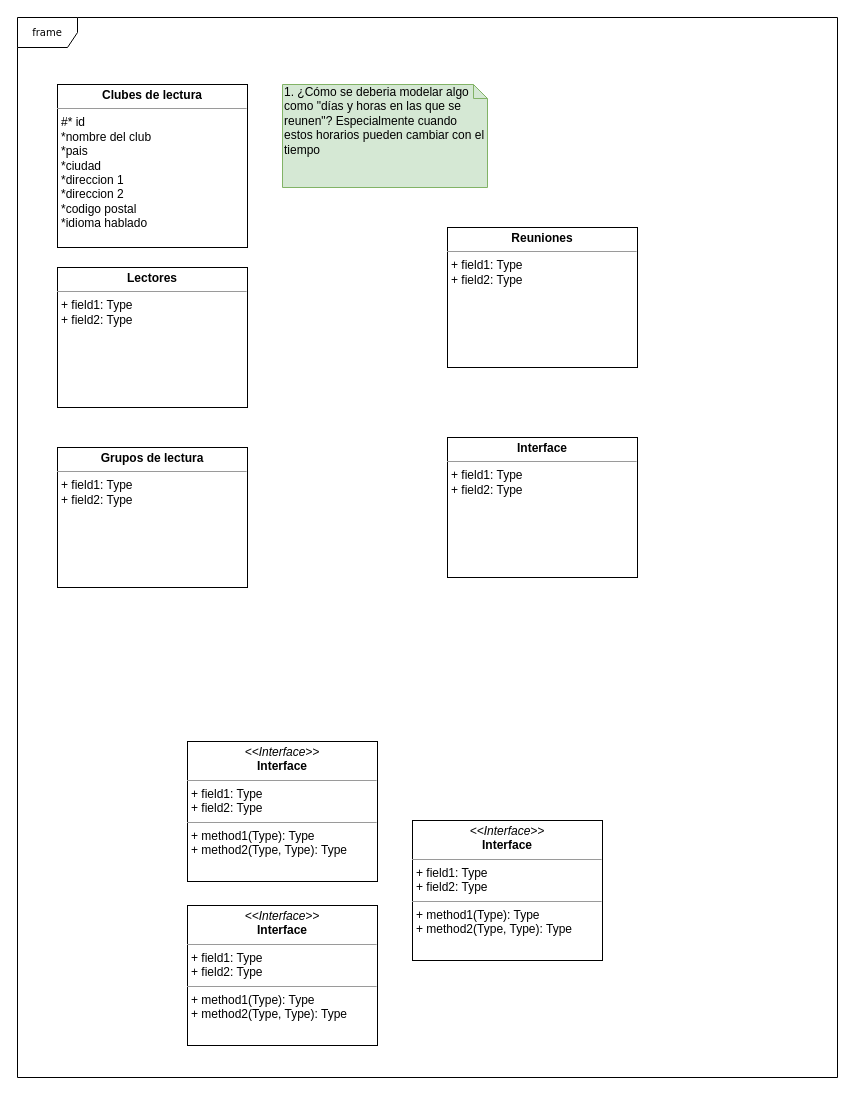
Earlier version of the draw.io diagram DB I/RC (Pseudo) Data structure.drawio (NeutronBlast/IS-Ex). Source tidied: cells renumbered, new cells numbered last; positions are measured from the earlier drawing's top-left corner, leaving out a move shared by most shapes. Both pictures are drawn from the tidied source at 100%, with x=0, y=0 at pixel (17, 17).
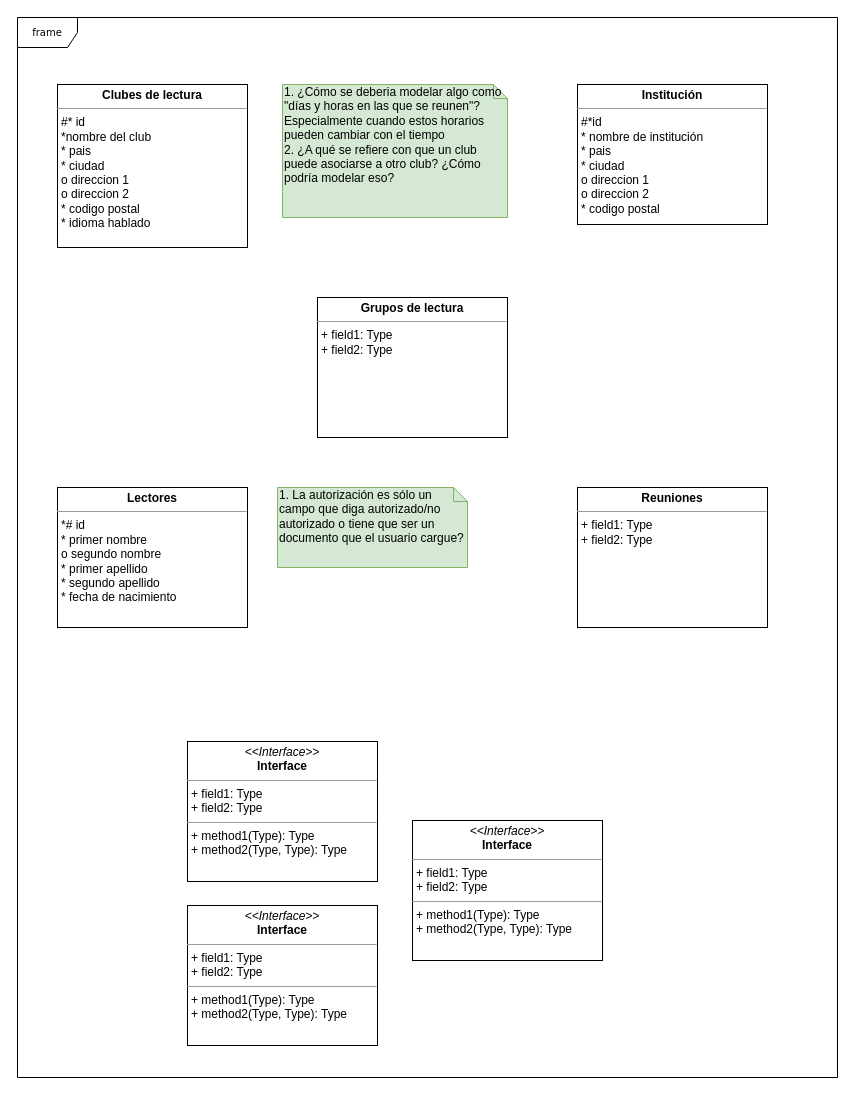
Above is the later version.

Change to the diagram source:
```diff
@@
 <mxGraphModel background="#ffffff">
   <root>
     <mxCell id="0" />
     <mxCell id="1" parent="0" />
     <mxCell id="2" value="frame" style="shape=umlFrame;whiteSpace=wrap;html=1;rounded=0;shadow=0;comic=0;labelBackgroundColor=none;strokeColor=#000000;strokeWidth=1;fillColor=#ffffff;fontFamily=Verdana;fontSize=10;fontColor=#000000;align=center;" parent="1" vertex="1">
       <mxGeometry width="820" height="1060" as="geometry" />
     </mxCell>
     <mxCell id="3" value="&lt;p style=&quot;margin:0px;margin-top:4px;text-align:center;&quot;&gt;&lt;i&gt;&amp;lt;&amp;lt;Interface&amp;gt;&amp;gt;&lt;/i&gt;&lt;br/&gt;&lt;b&gt;Interface&lt;/b&gt;&lt;/p&gt;&lt;hr size=&quot;1&quot;/&gt;&lt;p style=&quot;margin:0px;margin-left:4px;&quot;&gt;+ field1: Type&lt;br/&gt;+ field2: Type&lt;/p&gt;&lt;hr size=&quot;1&quot;/&gt;&lt;p style=&quot;margin:0px;margin-left:4px;&quot;&gt;+ method1(Type): Type&lt;br/&gt;+ method2(Type, Type): Type&lt;/p&gt;" style="verticalAlign=top;align=left;overflow=fill;fontSize=12;fontFamily=Helvetica;html=1;rounded=0;shadow=0;comic=0;labelBackgroundColor=none;strokeColor=#000000;strokeWidth=1;fillColor=#ffffff;" parent="1" vertex="1">
       <mxGeometry x="395" y="803" width="190" height="140" as="geometry" />
     </mxCell>
-    <mxCell id="4" value="&lt;p style=&quot;margin: 0px ; margin-top: 4px ; text-align: center&quot;&gt;&lt;b&gt;Interface&lt;/b&gt;&lt;/p&gt;&lt;hr size=&quot;1&quot;&gt;&lt;p style=&quot;margin: 0px ; margin-left: 4px&quot;&gt;+ field1: Type&lt;br&gt;+ field2: Type&lt;/p&gt;&lt;p style=&quot;margin: 0px ; margin-left: 4px&quot;&gt;&lt;br&gt;&lt;/p&gt;" style="verticalAlign=top;align=left;overflow=fill;fontSize=12;fontFamily=Helvetica;html=1;rounded=0;shadow=0;comic=0;labelBackgroundColor=none;strokeColor=#000000;strokeWidth=1;fillColor=#ffffff;" parent="1" vertex="1">
-      <mxGeometry x="430" y="420" width="190" height="140" as="geometry" />
+    <mxCell id="4" value="&lt;p style=&quot;margin: 0px ; margin-top: 4px ; text-align: center&quot;&gt;&lt;b&gt;Institución&lt;/b&gt;&lt;/p&gt;&lt;hr size=&quot;1&quot;&gt;&lt;p style=&quot;margin: 0px ; margin-left: 4px&quot;&gt;#*id&amp;nbsp;&lt;/p&gt;&lt;p style=&quot;margin: 0px ; margin-left: 4px&quot;&gt;* nombre de institución&lt;/p&gt;&lt;p style=&quot;margin: 0px 0px 0px 4px&quot;&gt;* pais&lt;/p&gt;&lt;p style=&quot;margin: 0px 0px 0px 4px&quot;&gt;* ciudad&lt;/p&gt;&lt;p style=&quot;margin: 0px 0px 0px 4px&quot;&gt;o direccion 1&lt;/p&gt;&lt;p style=&quot;margin: 0px 0px 0px 4px&quot;&gt;o direccion 2&lt;/p&gt;&lt;p style=&quot;margin: 0px 0px 0px 4px&quot;&gt;* codigo postal&lt;/p&gt;" style="verticalAlign=top;align=left;overflow=fill;fontSize=12;fontFamily=Helvetica;html=1;rounded=0;shadow=0;comic=0;labelBackgroundColor=none;strokeColor=#000000;strokeWidth=1;fillColor=#ffffff;" parent="1" vertex="1">
+      <mxGeometry x="560" y="67" width="190" height="140" as="geometry" />
     </mxCell>
     <mxCell id="5" value="&lt;p style=&quot;margin:0px;margin-top:4px;text-align:center;&quot;&gt;&lt;i&gt;&amp;lt;&amp;lt;Interface&amp;gt;&amp;gt;&lt;/i&gt;&lt;br/&gt;&lt;b&gt;Interface&lt;/b&gt;&lt;/p&gt;&lt;hr size=&quot;1&quot;/&gt;&lt;p style=&quot;margin:0px;margin-left:4px;&quot;&gt;+ field1: Type&lt;br/&gt;+ field2: Type&lt;/p&gt;&lt;hr size=&quot;1&quot;/&gt;&lt;p style=&quot;margin:0px;margin-left:4px;&quot;&gt;+ method1(Type): Type&lt;br/&gt;+ method2(Type, Type): Type&lt;/p&gt;" style="verticalAlign=top;align=left;overflow=fill;fontSize=12;fontFamily=Helvetica;html=1;rounded=0;shadow=0;comic=0;labelBackgroundColor=none;strokeColor=#000000;strokeWidth=1;fillColor=#ffffff;" parent="1" vertex="1">
       <mxGeometry x="170" y="888" width="190" height="140" as="geometry" />
     </mxCell>
     <mxCell id="6" value="&lt;p style=&quot;margin:0px;margin-top:4px;text-align:center;&quot;&gt;&lt;i&gt;&amp;lt;&amp;lt;Interface&amp;gt;&amp;gt;&lt;/i&gt;&lt;br/&gt;&lt;b&gt;Interface&lt;/b&gt;&lt;/p&gt;&lt;hr size=&quot;1&quot;/&gt;&lt;p style=&quot;margin:0px;margin-left:4px;&quot;&gt;+ field1: Type&lt;br/&gt;+ field2: Type&lt;/p&gt;&lt;hr size=&quot;1&quot;/&gt;&lt;p style=&quot;margin:0px;margin-left:4px;&quot;&gt;+ method1(Type): Type&lt;br/&gt;+ method2(Type, Type): Type&lt;/p&gt;" style="verticalAlign=top;align=left;overflow=fill;fontSize=12;fontFamily=Helvetica;html=1;rounded=0;shadow=0;comic=0;labelBackgroundColor=none;strokeColor=#000000;strokeWidth=1;fillColor=#ffffff;" parent="1" vertex="1">
       <mxGeometry x="170" y="724" width="190" height="140" as="geometry" />
     </mxCell>
     <mxCell id="7" value="&lt;p style=&quot;margin: 0px ; margin-top: 4px ; text-align: center&quot;&gt;&lt;b&gt;Reuniones&lt;/b&gt;&lt;/p&gt;&lt;hr size=&quot;1&quot;&gt;&lt;p style=&quot;margin: 0px ; margin-left: 4px&quot;&gt;+ field1: Type&lt;br&gt;+ field2: Type&lt;/p&gt;&lt;p style=&quot;margin: 0px ; margin-left: 4px&quot;&gt;&lt;br&gt;&lt;/p&gt;" style="verticalAlign=top;align=left;overflow=fill;fontSize=12;fontFamily=Helvetica;html=1;rounded=0;shadow=0;comic=0;labelBackgroundColor=none;strokeColor=#000000;strokeWidth=1;fillColor=#ffffff;" parent="1" vertex="1">
-      <mxGeometry x="430" y="210" width="190" height="140" as="geometry" />
+      <mxGeometry x="560" y="470" width="190" height="140" as="geometry" />
     </mxCell>
-    <mxCell id="8" value="&lt;p style=&quot;margin: 0px ; margin-top: 4px ; text-align: center&quot;&gt;&lt;b&gt;Clubes de lectura&lt;/b&gt;&lt;/p&gt;&lt;hr size=&quot;1&quot;&gt;&lt;p style=&quot;margin: 0px ; margin-left: 4px&quot;&gt;#* id&lt;/p&gt;&lt;p style=&quot;margin: 0px ; margin-left: 4px&quot;&gt;*nombre del club&lt;/p&gt;&lt;p style=&quot;margin: 0px ; margin-left: 4px&quot;&gt;*pais&lt;/p&gt;&lt;p style=&quot;margin: 0px ; margin-left: 4px&quot;&gt;*ciudad&lt;/p&gt;&lt;p style=&quot;margin: 0px ; margin-left: 4px&quot;&gt;*direccion 1&lt;/p&gt;&lt;p style=&quot;margin: 0px ; margin-left: 4px&quot;&gt;*direccion 2&lt;/p&gt;&lt;p style=&quot;margin: 0px ; margin-left: 4px&quot;&gt;*codigo postal&lt;/p&gt;&lt;p style=&quot;margin: 0px ; margin-left: 4px&quot;&gt;*idioma hablado&lt;/p&gt;&lt;p style=&quot;margin: 0px ; margin-left: 4px&quot;&gt;&lt;br&gt;&lt;/p&gt;" style="verticalAlign=top;align=left;overflow=fill;fontSize=12;fontFamily=Helvetica;html=1;rounded=0;shadow=0;comic=0;labelBackgroundColor=none;strokeColor=#000000;strokeWidth=1;fillColor=#ffffff;" parent="1" vertex="1">
+    <mxCell id="8" value="&lt;p style=&quot;margin: 0px ; margin-top: 4px ; text-align: center&quot;&gt;&lt;b&gt;Clubes de lectura&lt;/b&gt;&lt;/p&gt;&lt;hr size=&quot;1&quot;&gt;&lt;p style=&quot;margin: 0px ; margin-left: 4px&quot;&gt;#* id&lt;/p&gt;&lt;p style=&quot;margin: 0px ; margin-left: 4px&quot;&gt;*nombre del club&lt;/p&gt;&lt;p style=&quot;margin: 0px ; margin-left: 4px&quot;&gt;* pais&lt;/p&gt;&lt;p style=&quot;margin: 0px ; margin-left: 4px&quot;&gt;* ciudad&lt;/p&gt;&lt;p style=&quot;margin: 0px ; margin-left: 4px&quot;&gt;o direccion 1&lt;/p&gt;&lt;p style=&quot;margin: 0px ; margin-left: 4px&quot;&gt;o direccion 2&lt;/p&gt;&lt;p style=&quot;margin: 0px ; margin-left: 4px&quot;&gt;* codigo postal&lt;/p&gt;&lt;p style=&quot;margin: 0px ; margin-left: 4px&quot;&gt;* idioma hablado&lt;/p&gt;&lt;p style=&quot;margin: 0px ; margin-left: 4px&quot;&gt;&lt;br&gt;&lt;/p&gt;" style="verticalAlign=top;align=left;overflow=fill;fontSize=12;fontFamily=Helvetica;html=1;rounded=0;shadow=0;comic=0;labelBackgroundColor=none;strokeColor=#000000;strokeWidth=1;fillColor=#ffffff;" parent="1" vertex="1">
       <mxGeometry x="40" y="67" width="190" height="163" as="geometry" />
     </mxCell>
-    <mxCell id="9" value="&lt;p style=&quot;margin: 0px ; margin-top: 4px ; text-align: center&quot;&gt;&lt;b&gt;Lectores&lt;/b&gt;&lt;/p&gt;&lt;hr size=&quot;1&quot;&gt;&lt;p style=&quot;margin: 0px ; margin-left: 4px&quot;&gt;+ field1: Type&lt;br&gt;+ field2: Type&lt;/p&gt;&lt;p style=&quot;margin: 0px ; margin-left: 4px&quot;&gt;&lt;br&gt;&lt;/p&gt;" style="verticalAlign=top;align=left;overflow=fill;fontSize=12;fontFamily=Helvetica;html=1;rounded=0;shadow=0;comic=0;labelBackgroundColor=none;strokeColor=#000000;strokeWidth=1;fillColor=#ffffff;" parent="1" vertex="1">
-      <mxGeometry x="40" y="250" width="190" height="140" as="geometry" />
+    <mxCell id="9" value="&lt;p style=&quot;margin: 0px ; margin-top: 4px ; text-align: center&quot;&gt;&lt;b&gt;Lectores&lt;/b&gt;&lt;/p&gt;&lt;hr size=&quot;1&quot;&gt;&lt;p style=&quot;margin: 0px ; margin-left: 4px&quot;&gt;*# id&lt;/p&gt;&lt;p style=&quot;margin: 0px ; margin-left: 4px&quot;&gt;* primer nombre&lt;/p&gt;&lt;p style=&quot;margin: 0px ; margin-left: 4px&quot;&gt;o segundo nombre&lt;/p&gt;&lt;p style=&quot;margin: 0px ; margin-left: 4px&quot;&gt;* primer apellido&lt;/p&gt;&lt;p style=&quot;margin: 0px ; margin-left: 4px&quot;&gt;* segundo apellido&lt;/p&gt;&lt;p style=&quot;margin: 0px ; margin-left: 4px&quot;&gt;* fecha de nacimiento&lt;/p&gt;&lt;p style=&quot;margin: 0px ; margin-left: 4px&quot;&gt;&lt;br&gt;&lt;/p&gt;" style="verticalAlign=top;align=left;overflow=fill;fontSize=12;fontFamily=Helvetica;html=1;rounded=0;shadow=0;comic=0;labelBackgroundColor=none;strokeColor=#000000;strokeWidth=1;fillColor=#ffffff;" parent="1" vertex="1">
+      <mxGeometry x="40" y="470" width="190" height="140" as="geometry" />
     </mxCell>
     <mxCell id="10" value="&lt;p style=&quot;margin: 0px ; margin-top: 4px ; text-align: center&quot;&gt;&lt;b&gt;Grupos de lectura&lt;/b&gt;&lt;/p&gt;&lt;hr size=&quot;1&quot;&gt;&lt;p style=&quot;margin: 0px ; margin-left: 4px&quot;&gt;+ field1: Type&lt;br&gt;+ field2: Type&lt;/p&gt;" style="verticalAlign=top;align=left;overflow=fill;fontSize=12;fontFamily=Helvetica;html=1;rounded=0;shadow=0;comic=0;labelBackgroundColor=none;strokeColor=#000000;strokeWidth=1;fillColor=#ffffff;" parent="1" vertex="1">
-      <mxGeometry x="40" y="430" width="190" height="140" as="geometry" />
+      <mxGeometry x="300" y="280" width="190" height="140" as="geometry" />
     </mxCell>
-    <mxCell id="11" value="1. ¿Cómo se deberia modelar algo como &quot;días y horas en las que se reunen&quot;? Especialmente cuando estos horarios pueden cambiar con el tiempo" style="shape=note;whiteSpace=wrap;html=1;size=14;verticalAlign=top;align=left;spacingTop=-6;fillColor=#d5e8d4;strokeColor=#82b366;" parent="1" vertex="1">
-      <mxGeometry x="265" y="67" width="205" height="103" as="geometry" />
+    <mxCell id="11" value="1. ¿Cómo se deberia modelar algo como &quot;días y horas en las que se reunen&quot;? Especialmente cuando estos horarios pueden cambiar con el tiempo&lt;br&gt;2. ¿A qué se refiere con que un club puede asociarse a otro club? ¿Cómo podría modelar eso?" style="shape=note;whiteSpace=wrap;html=1;size=14;verticalAlign=top;align=left;spacingTop=-6;fillColor=#d5e8d4;strokeColor=#82b366;" parent="1" vertex="1">
+      <mxGeometry x="265" y="67" width="225" height="133" as="geometry" />
     </mxCell>
+    <mxCell id="12" value="1. La autorización es sólo un campo que diga autorizado/no autorizado o tiene que ser un documento que el usuario cargue?" style="shape=note;whiteSpace=wrap;html=1;size=14;verticalAlign=top;align=left;spacingTop=-6;fillColor=#d5e8d4;strokeColor=#82b366;" parent="1" vertex="1">
+      <mxGeometry x="260" y="470" width="190" height="80" as="geometry" />
+    </mxCell>
   </root>
 </mxGraphModel>
```
